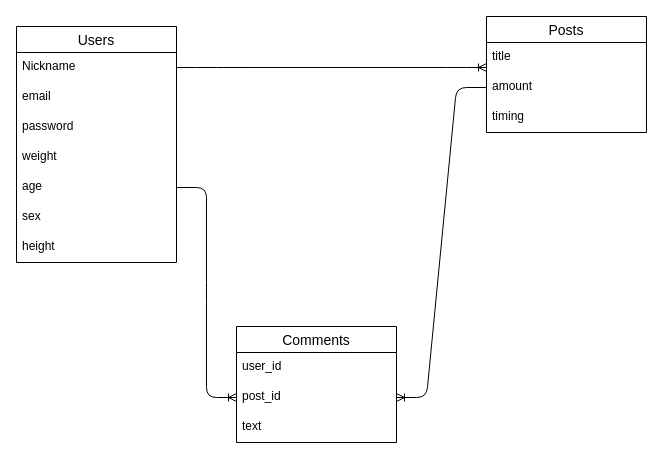
Earlier version of the draw.io diagram test.dio (Mmy26/food-record). Source tidied: cells renumbered, new cells numbered last; positions are measured from the earlier drawing's top-left corner, leaving out a move shared by most shapes. Both pictures are drawn from the tidied source at 100%, with x=0, y=0 at pixel (16, 16).
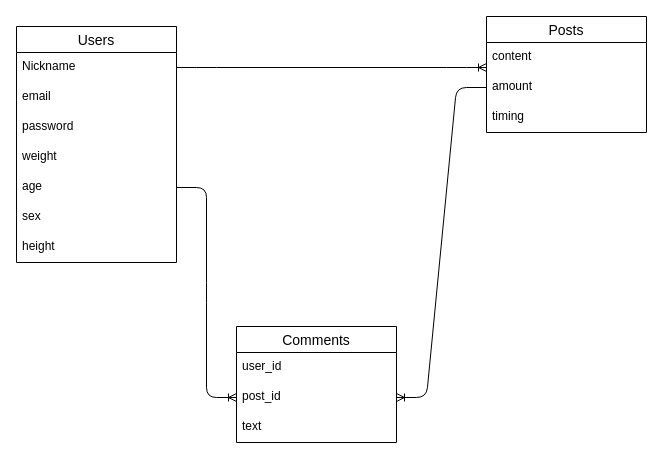
After the change.

Commit message (it also covers changes not shown here):
投稿詳細ページ実装

The change refers to these unchanged cells:
```xml
<mxCell id="2" value="Posts" style="swimlane;fontStyle=0;horizontal=1;startSize=26;align=center;fontSize=14;" parent="1" vertex="1">
  <mxGeometry x="470" width="160" height="116" as="geometry" />
</mxCell>
```

Diff of the diagram source:
```diff
@@
-    <mxCell id="3" value="title" style="text;strokeColor=none;fillColor=none;spacingLeft=4;spacingRight=4;overflow=hidden;fontSize=12;" parent="2" vertex="1">
+    <mxCell id="3" value="content" style="text;strokeColor=none;fillColor=none;spacingLeft=4;spacingRight=4;overflow=hidden;fontSize=12;" parent="2" vertex="1">
       <mxGeometry y="26" width="160" height="30" as="geometry" />
     </mxCell>
```
